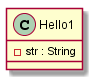
The PlantUML diagram JavaUMLParser/src/test/resources/Test-Case-0/output.png in MeenakshiParyani/CMPE-202, before a commit.
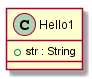
Above is the later version.

What changed in the source:
```diff
@@ -1,6 +1,6 @@
 @startuml
 class Hello1 {
- -str : String
+ +str : String
 }
 
 @enduml
```
